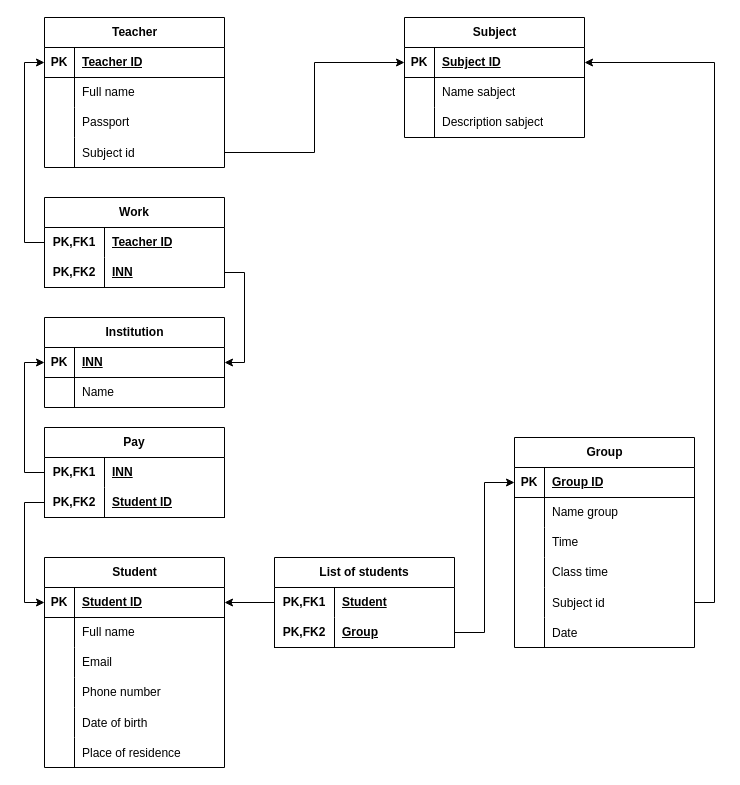
Earlier version of the draw.io diagram ER2_Kudinov.drawio (AlexKu23/nspu-prpd). Source tidied: cells renumbered, new cells numbered last; positions are measured from the earlier drawing's top-left corner, leaving out a move shared by most shapes. Both pictures are drawn from the tidied source at 100%, with x=0, y=0 at pixel (44, 17).
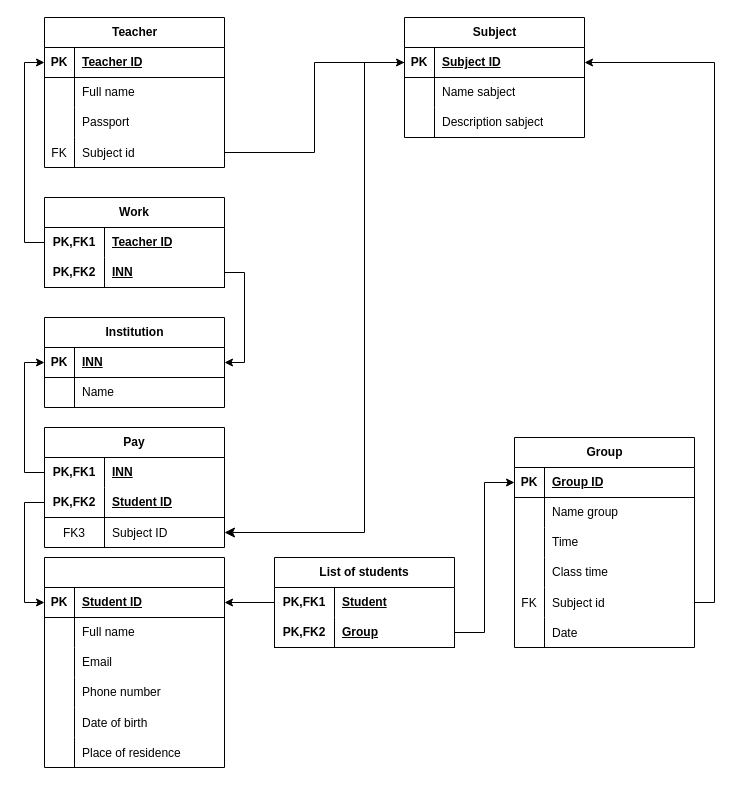
The same diagram, later.

Unchanged cells that the change refers to:
```xml
<mxCell id="31" style="shape=tableRow;horizontal=0;startSize=0;swimlaneHead=0;swimlaneBody=0;fillColor=none;points=[[0,0.5],[1,0.5]];portConstraint=eastwest;top=0;left=0;right=0;bottom=0;" parent="21" vertex="1">
  <mxGeometry y="120" width="180" height="30" as="geometry" />
</mxCell>
<mxCell id="35" style="shape=tableRow;horizontal=0;startSize=0;swimlaneHead=0;swimlaneBody=0;fillColor=none;points=[[0,0.5],[1,0.5]];portConstraint=eastwest;top=0;left=0;right=0;bottom=1;" parent="34" vertex="1">
  <mxGeometry y="30" width="180" height="30" as="geometry" />
</mxCell>
<mxCell id="57" style="shape=tableRow;horizontal=0;startSize=0;swimlaneHead=0;swimlaneBody=0;fillColor=none;points=[[0,0.5],[1,0.5]];portConstraint=eastwest;top=0;left=0;right=0;bottom=0;" parent="44" vertex="1">
  <mxGeometry y="150" width="180" height="30" as="geometry" />
</mxCell>
```

What changed in the source:
```diff
@@
-    <mxCell id="2" value="Student" style="shape=table;startSize=30;childLayout=tableLayout;rowLines=0;fontStyle=1;align=center;html=1;" parent="1" vertex="1">
+    <mxCell id="2" value="&lt;div&gt;&lt;br&gt;&lt;/div&gt;&lt;div&gt;&lt;br&gt;&lt;/div&gt;" style="shape=table;startSize=30;childLayout=tableLayout;rowLines=0;fontStyle=1;align=center;html=1;" parent="1" vertex="1">
       <mxGeometry y="540" width="180" height="210" as="geometry" />
     </mxCell>
@@
-    <mxCell id="32" style="shape=partialRectangle;fillColor=none;top=0;left=0;bottom=0;right=0;overflow=hidden;" parent="31" vertex="1">
+    <mxCell id="32" value="FK" style="shape=partialRectangle;fillColor=none;top=0;left=0;bottom=0;right=0;overflow=hidden;" parent="31" vertex="1">
       <mxGeometry width="30" height="30" as="geometry" />
     </mxCell>
@@
-    <mxCell id="58" style="shape=partialRectangle;fillColor=none;top=0;left=0;bottom=0;right=0;overflow=hidden;" parent="57" vertex="1">
+    <mxCell id="58" value="FK" style="shape=partialRectangle;fillColor=none;top=0;left=0;bottom=0;right=0;overflow=hidden;" parent="57" vertex="1">
       <mxGeometry width="30" height="30" as="geometry" />
     </mxCell>
@@
     <mxCell id="78" value="Pay" style="shape=table;startSize=30;childLayout=tableLayout;rowLines=0;fontStyle=1;align=center;html=1;whiteSpace=wrap;" parent="1" vertex="1">
-      <mxGeometry y="410" width="180" height="90" as="geometry" />
+      <mxGeometry y="410" width="180" height="120" as="geometry" />
     </mxCell>
@@
+    <mxCell id="99" style="shape=tableRow;horizontal=0;startSize=0;swimlaneHead=0;swimlaneBody=0;fillColor=none;points=[[0,0.5],[1,0.5]];portConstraint=eastwest;top=0;left=0;right=0;bottom=0;" parent="78" vertex="1">
+      <mxGeometry y="90" width="180" height="30" as="geometry" />
+    </mxCell>
+    <mxCell id="100" value="FK3" style="shape=partialRectangle;fillColor=none;top=0;left=0;bottom=0;right=0;overflow=hidden;" parent="99" vertex="1">
+      <mxGeometry width="60" height="30" as="geometry" />
+    </mxCell>
+    <mxCell id="101" value="Subject ID" style="shape=partialRectangle;fillColor=none;top=0;left=0;bottom=0;right=0;align=left;spacingLeft=6;overflow=hidden;" parent="99" vertex="1">
+      <mxGeometry x="60" width="120" height="30" as="geometry" />
+    </mxCell>
@@
+    <mxCell id="102" style="edgeStyle=orthogonalEdgeStyle;rounded=0;jettySize=auto;html=1;fontSize=12;startSize=8;endSize=8;" parent="1" edge="1" source="35" target="99">
+      <mxGeometry relative="1" as="geometry">
+        <Array as="points">
+          <mxPoint x="320" y="45" />
+          <mxPoint x="320" y="515" />
+        </Array>
+      </mxGeometry>
+    </mxCell>
```
